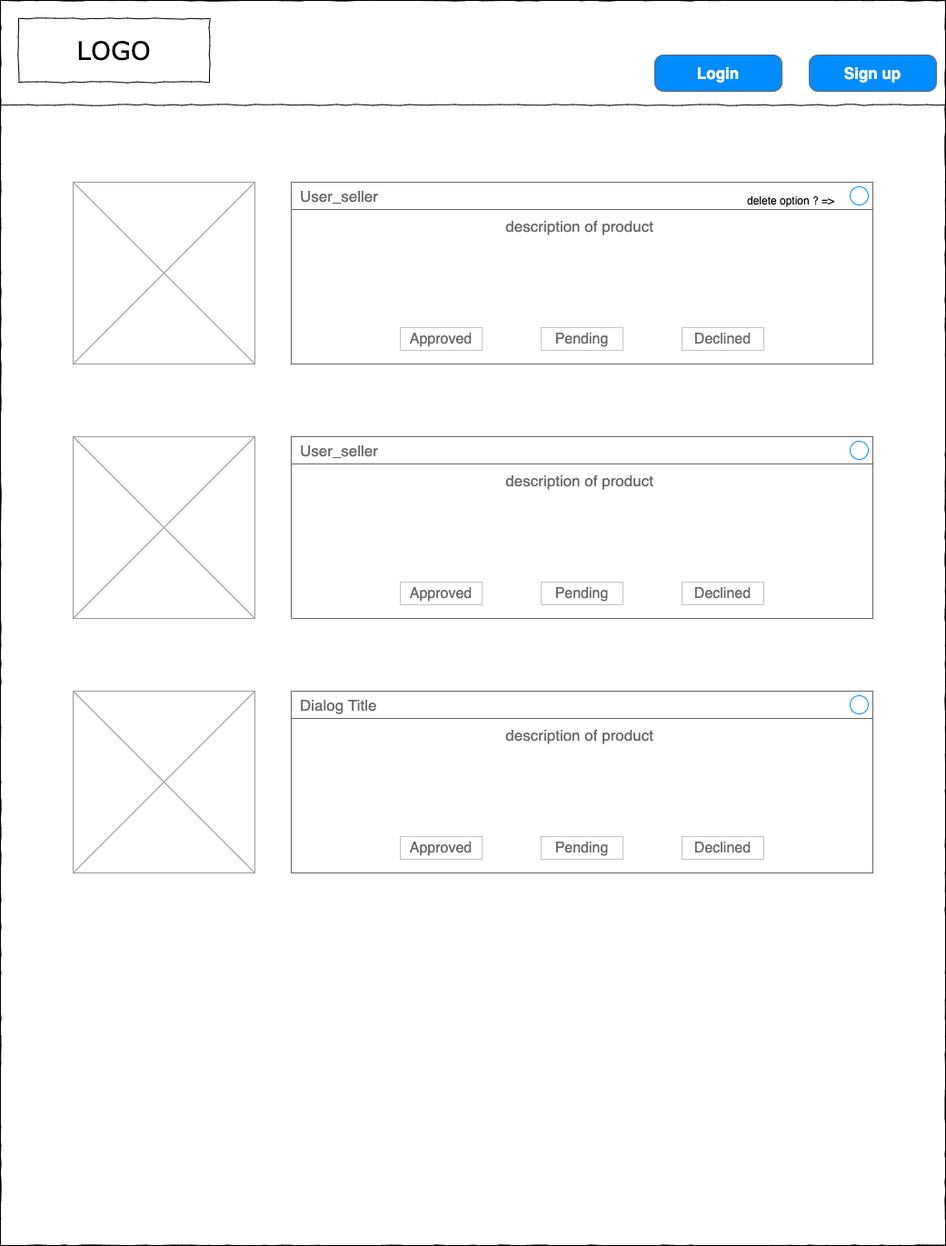
Above: Offers_Cart.png in DylanMcGrann-dev/midterm_buy_and_sell (draw.io), before the change. Source tidied: cells renumbered, new cells last; positions are measured from the earlier drawing's top-left corner, leaving out a move shared by most shapes.
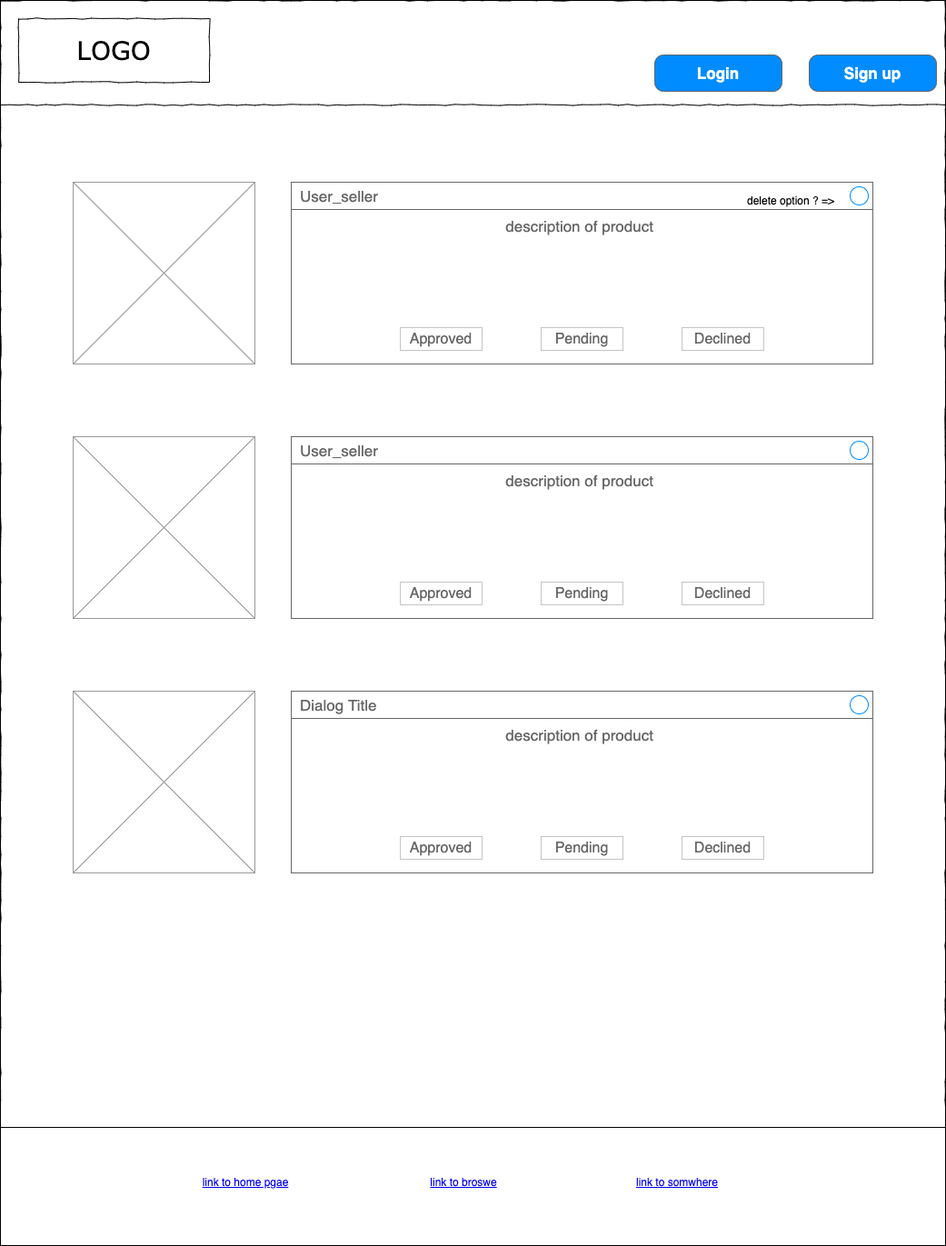
Above is the later version.

Commit message:
links at the bottom of page have been added

Change to the diagram source:
```diff
@@ -104,5 +104,17 @@
     <mxCell id="29" value="delete option ? =&amp;gt;" style="text;html=1;strokeColor=none;fillColor=none;align=center;verticalAlign=middle;whiteSpace=wrap;rounded=0;" parent="1" vertex="1">
       <mxGeometry x="820" y="210" width="100" height="20" as="geometry" />
     </mxCell>
+    <mxCell id="30" style="rounded=0;whiteSpace=wrap;html=1;" parent="1" vertex="1">
+      <mxGeometry y="1240" width="1040" height="130" as="geometry" />
+    </mxCell>
+    <mxCell id="31" value="link to home pgae" style="text;html=1;strokeColor=none;fillColor=none;whiteSpace=wrap;align=center;verticalAlign=middle;fontColor=#0000EE;fontStyle=4;" parent="1" vertex="1">
+      <mxGeometry x="210" y="1280" width="120" height="40" as="geometry" />
+    </mxCell>
+    <mxCell id="32" value="link to somwhere" style="text;html=1;strokeColor=none;fillColor=none;whiteSpace=wrap;align=center;verticalAlign=middle;fontColor=#0000EE;fontStyle=4;" parent="1" vertex="1">
+      <mxGeometry x="690" y="1280" width="110" height="40" as="geometry" />
+    </mxCell>
+    <mxCell id="33" value="link to broswe" style="text;html=1;strokeColor=none;fillColor=none;whiteSpace=wrap;align=center;verticalAlign=middle;fontColor=#0000EE;fontStyle=4;" parent="1" vertex="1">
+      <mxGeometry x="450" y="1280" width="120" height="40" as="geometry" />
+    </mxCell>
   </root>
 </mxGraphModel>
```
